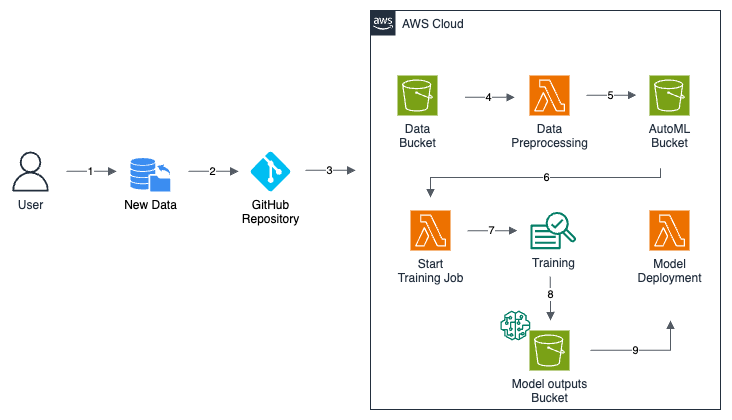
kwame-mintah/aws-automl-serverless-deployment keeps this draw.io diagram as docs/drawio/aws-automlops-deployment.png. Above is the earlier version. Source tidied: cells renumbered, new cells last; positions are measured from the earlier drawing's top-left corner, leaving out a move shared by most shapes.
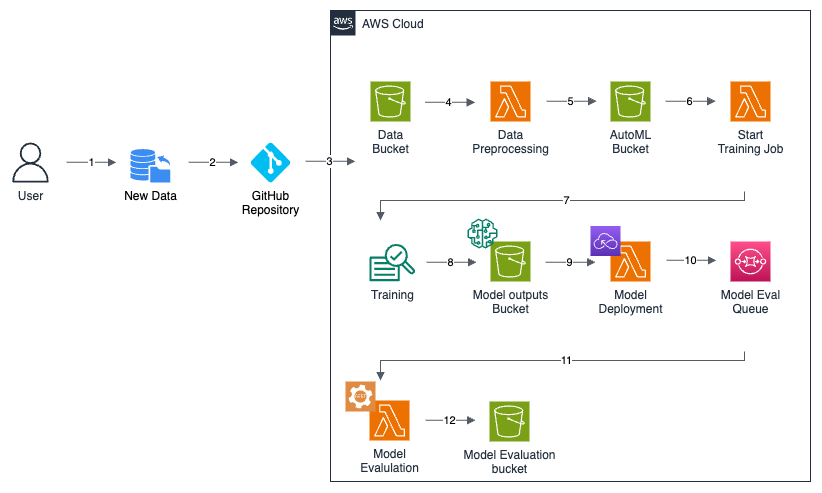
After the change.

Commit message:
docs(architecture): include modelEvaluation in architecture

provide more detail to how `modelEvaluation` will be used to invoke test data against serverless endpoint deployed with new model trained. update drawio diagram with new lambda function.

Change to the diagram source:
```diff
@@ -12,39 +12,39 @@
       <mxGeometry x="240" y="141" width="40" height="40" as="geometry" />
     </mxCell>
     <mxCell id="5" value="AWS Cloud" style="gradientColor=none;html=1;whiteSpace=wrap;fontSize=12;fontStyle=0;shape=mxgraph.aws4.group;grIcon=mxgraph.aws4.group_aws_cloud_alt;strokeColor=#232F3E;fillColor=none;verticalAlign=top;align=left;spacingLeft=30;fontColor=#232F3E;dashed=0;" parent="1" vertex="1">
-      <mxGeometry x="360" width="350" height="399" as="geometry" />
+      <mxGeometry x="320" y="9" width="480" height="471" as="geometry" />
     </mxCell>
     <mxCell id="6" value="Data&lt;br&gt;Bucket" style="sketch=0;fontColor=#232F3E;fillColor=#7AA116;strokeColor=#ffffff;dashed=0;verticalLabelPosition=bottom;verticalAlign=top;align=center;html=1;fontSize=12;fontStyle=0;shape=mxgraph.aws4.resourceIcon;resIcon=mxgraph.aws4.s3;" parent="5" vertex="1">
-      <mxGeometry x="27" y="65" width="40" height="40" as="geometry" />
+      <mxGeometry x="40" y="71" width="40" height="40" as="geometry" />
     </mxCell>
     <mxCell id="7" value="Data&lt;br&gt;Preprocessing" style="sketch=0;fontColor=#232F3E;fillColor=#ED7100;strokeColor=#ffffff;dashed=0;verticalLabelPosition=bottom;verticalAlign=top;align=center;html=1;fontSize=12;fontStyle=0;shape=mxgraph.aws4.resourceIcon;resIcon=mxgraph.aws4.lambda;" parent="5" vertex="1">
-      <mxGeometry x="159" y="65" width="40" height="40" as="geometry" />
+      <mxGeometry x="160" y="71" width="40" height="40" as="geometry" />
     </mxCell>
     <mxCell id="8" style="edgeStyle=orthogonalEdgeStyle;html=1;endArrow=block;elbow=vertical;startArrow=none;endFill=1;strokeColor=#545B64;rounded=0;" parent="5" edge="1">
       <mxGeometry relative="1" as="geometry">
-        <mxPoint x="94.5" y="86.8" as="sourcePoint" />
-        <mxPoint x="144.5" y="86.8" as="targetPoint" />
+        <mxPoint x="94.5" y="91.8" as="sourcePoint" />
+        <mxPoint x="144.5" y="91.8" as="targetPoint" />
       </mxGeometry>
     </mxCell>
     <mxCell id="9" value="4" style="edgeLabel;html=1;align=center;verticalAlign=middle;" parent="8" vertex="1">
       <mxGeometry x="-0.06" relative="1" as="geometry" />
     </mxCell>
     <mxCell id="10" value="AutoML&lt;br&gt;Bucket" style="sketch=0;fontColor=#232F3E;fillColor=#7AA116;strokeColor=#ffffff;dashed=0;verticalLabelPosition=bottom;verticalAlign=top;align=center;html=1;fontSize=12;fontStyle=0;shape=mxgraph.aws4.resourceIcon;resIcon=mxgraph.aws4.s3;" parent="5" vertex="1">
-      <mxGeometry x="279" y="65" width="40" height="40" as="geometry" />
+      <mxGeometry x="280" y="71" width="40" height="40" as="geometry" />
     </mxCell>
     <mxCell id="11" value="Start&lt;br&gt;Training Job" style="sketch=0;fontColor=#232F3E;fillColor=#ED7100;strokeColor=#ffffff;dashed=0;verticalLabelPosition=bottom;verticalAlign=top;align=center;html=1;fontSize=12;fontStyle=0;shape=mxgraph.aws4.resourceIcon;resIcon=mxgraph.aws4.lambda;" parent="5" vertex="1">
-      <mxGeometry x="40" y="200" width="40" height="40" as="geometry" />
+      <mxGeometry x="400" y="71" width="40" height="40" as="geometry" />
     </mxCell>
     <mxCell id="12" value="Training" style="sketch=0;fontColor=#232F3E;gradientColor=none;fillColor=#067F68;strokeColor=none;dashed=0;verticalLabelPosition=bottom;verticalAlign=top;align=center;html=1;fontSize=12;fontStyle=0;shape=mxgraph.aws4.sagemaker_train;" parent="5" vertex="1">
-      <mxGeometry x="159.9" y="201" width="45.6" height="38" as="geometry" />
+      <mxGeometry x="39" y="233" width="45.6" height="38" as="geometry" />
     </mxCell>
     <mxCell id="13" value="Model&lt;br&gt;Deployment" style="sketch=0;fontColor=#232F3E;fillColor=#ED7100;strokeColor=#ffffff;dashed=0;verticalLabelPosition=bottom;verticalAlign=top;align=center;html=1;fontSize=12;fontStyle=0;shape=mxgraph.aws4.resourceIcon;resIcon=mxgraph.aws4.lambda;" parent="5" vertex="1">
-      <mxGeometry x="279" y="200" width="40" height="40" as="geometry" />
+      <mxGeometry x="280" y="231" width="40" height="40" as="geometry" />
     </mxCell>
     <mxCell id="14" style="edgeStyle=orthogonalEdgeStyle;html=1;endArrow=block;elbow=vertical;startArrow=none;endFill=1;strokeColor=#545B64;rounded=0;" parent="5" edge="1">
       <mxGeometry relative="1" as="geometry">
-        <mxPoint x="216" y="84.7" as="sourcePoint" />
-        <mxPoint x="266" y="84.7" as="targetPoint" />
+        <mxPoint x="216" y="90.7" as="sourcePoint" />
+        <mxPoint x="266" y="90.7" as="targetPoint" />
       </mxGeometry>
     </mxCell>
     <mxCell id="15" value="5" style="edgeLabel;html=1;align=center;verticalAlign=middle;" parent="14" vertex="1">
@@ -52,58 +52,80 @@
     </mxCell>
     <mxCell id="16" style="edgeStyle=orthogonalEdgeStyle;html=1;endArrow=block;elbow=vertical;startArrow=none;endFill=1;strokeColor=#545B64;rounded=0;" parent="5" edge="1">
       <mxGeometry relative="1" as="geometry">
-        <mxPoint x="290" y="157.7" as="sourcePoint" />
-        <mxPoint x="60" y="187" as="targetPoint" />
+        <mxPoint x="414" y="181" as="sourcePoint" />
+        <mxPoint x="50" y="210" as="targetPoint" />
         <Array as="points">
-          <mxPoint x="290" y="167" />
-          <mxPoint x="60" y="167" />
+          <mxPoint x="414" y="190" />
+          <mxPoint x="50" y="190" />
+          <mxPoint x="50" y="210" />
         </Array>
       </mxGeometry>
     </mxCell>
-    <mxCell id="17" value="6" style="edgeLabel;html=1;align=center;verticalAlign=middle;" parent="16" vertex="1">
+    <mxCell id="17" value="7" style="edgeLabel;html=1;align=center;verticalAlign=middle;" parent="16" vertex="1">
       <mxGeometry x="-0.05" relative="1" as="geometry" />
     </mxCell>
     <mxCell id="18" style="edgeStyle=orthogonalEdgeStyle;html=1;endArrow=block;elbow=vertical;startArrow=none;endFill=1;strokeColor=#545B64;rounded=0;" parent="5" edge="1">
       <mxGeometry relative="1" as="geometry">
-        <mxPoint x="97" y="220.2" as="sourcePoint" />
-        <mxPoint x="147" y="220.2" as="targetPoint" />
+        <mxPoint x="96" y="251.8" as="sourcePoint" />
+        <mxPoint x="146" y="251.8" as="targetPoint" />
       </mxGeometry>
     </mxCell>
-    <mxCell id="19" value="7" style="edgeLabel;html=1;align=center;verticalAlign=middle;" parent="18" vertex="1">
+    <mxCell id="19" value="8" style="edgeLabel;html=1;align=center;verticalAlign=middle;" parent="18" vertex="1">
       <mxGeometry x="-0.06" relative="1" as="geometry" />
     </mxCell>
-    <mxCell id="20" style="edgeStyle=orthogonalEdgeStyle;html=1;endArrow=block;elbow=vertical;startArrow=none;endFill=1;strokeColor=#545B64;rounded=0;" parent="5" edge="1">
-      <mxGeometry relative="1" as="geometry">
-        <mxPoint x="179.8" y="266" as="sourcePoint" />
-        <mxPoint x="180" y="310" as="targetPoint" />
-        <Array as="points">
-          <mxPoint x="179.8" y="266" />
-        </Array>
-      </mxGeometry>
-    </mxCell>
-    <mxCell id="21" value="8" style="edgeLabel;html=1;align=center;verticalAlign=middle;" parent="20" vertex="1">
-      <mxGeometry x="-0.17" relative="1" as="geometry" />
-    </mxCell>
-    <mxCell id="22" style="edgeStyle=orthogonalEdgeStyle;html=1;endArrow=block;elbow=vertical;startArrow=none;endFill=1;strokeColor=#545B64;rounded=0;" parent="5" edge="1">
-      <mxGeometry relative="1" as="geometry">
-        <mxPoint x="220" y="339.8" as="sourcePoint" />
-        <mxPoint x="300" y="310" as="targetPoint" />
-        <Array as="points">
-          <mxPoint x="300" y="340" />
-        </Array>
-      </mxGeometry>
-    </mxCell>
-    <mxCell id="23" value="9" style="edgeLabel;html=1;align=center;verticalAlign=middle;" parent="22" vertex="1">
-      <mxGeometry x="-0.17" relative="1" as="geometry">
-        <mxPoint x="-1" as="offset" />
-      </mxGeometry>
-    </mxCell>
     <mxCell id="24" value="Model outputs&lt;br&gt;Bucket" style="sketch=0;fontColor=#232F3E;fillColor=#7AA116;strokeColor=#ffffff;dashed=0;verticalLabelPosition=bottom;verticalAlign=top;align=center;html=1;fontSize=12;fontStyle=0;shape=mxgraph.aws4.resourceIcon;resIcon=mxgraph.aws4.s3;" parent="5" vertex="1">
-      <mxGeometry x="159" y="320" width="40" height="40" as="geometry" />
+      <mxGeometry x="160" y="231" width="40" height="40" as="geometry" />
     </mxCell>
     <mxCell id="25" style="sketch=0;fontColor=#232F3E;gradientColor=none;fillColor=#067F68;strokeColor=none;dashed=0;verticalLabelPosition=bottom;verticalAlign=top;align=center;html=1;fontSize=12;fontStyle=0;shape=mxgraph.aws4.sagemaker_model;" parent="5" vertex="1">
-      <mxGeometry x="129.9" y="300" width="30" height="30" as="geometry" />
+      <mxGeometry x="137" y="208" width="30" height="30" as="geometry" />
     </mxCell>
+    <mxCell id="32" style="sketch=0;fontColor=#232F3E;gradientColor=#945DF2;gradientDirection=north;fillColor=#5A30B5;strokeColor=#ffffff;dashed=0;verticalLabelPosition=bottom;verticalAlign=top;align=center;html=1;fontSize=12;fontStyle=0;shape=mxgraph.aws4.resourceIcon;resIcon=mxgraph.aws4.serverless;" parent="5" vertex="1">
+      <mxGeometry x="260" y="215.5" width="30" height="30" as="geometry" />
+    </mxCell>
+    <mxCell id="33" value="Model Eval&lt;br&gt;Queue" style="sketch=0;fontColor=#232F3E;gradientColor=#FF4F8B;gradientDirection=north;fillColor=#BC1356;strokeColor=#ffffff;dashed=0;verticalLabelPosition=bottom;verticalAlign=top;align=center;html=1;fontSize=12;fontStyle=0;shape=mxgraph.aws4.resourceIcon;resIcon=mxgraph.aws4.sqs;" parent="5" vertex="1">
+      <mxGeometry x="400" y="231" width="40" height="40" as="geometry" />
+    </mxCell>
+    <mxCell id="34" style="edgeStyle=orthogonalEdgeStyle;html=1;endArrow=block;elbow=vertical;startArrow=none;endFill=1;strokeColor=#545B64;rounded=0;" parent="5" edge="1">
+      <mxGeometry relative="1" as="geometry">
+        <mxPoint x="336" y="249.8" as="sourcePoint" />
+        <mxPoint x="386" y="249.8" as="targetPoint" />
+      </mxGeometry>
+    </mxCell>
+    <mxCell id="35" value="10" style="edgeLabel;html=1;align=center;verticalAlign=middle;" parent="34" vertex="1">
+      <mxGeometry x="-0.06" relative="1" as="geometry" />
+    </mxCell>
+    <mxCell id="36" style="edgeStyle=orthogonalEdgeStyle;html=1;endArrow=block;elbow=vertical;startArrow=none;endFill=1;strokeColor=#545B64;rounded=0;" parent="5" edge="1">
+      <mxGeometry relative="1" as="geometry">
+        <mxPoint x="414" y="341" as="sourcePoint" />
+        <mxPoint x="50" y="370" as="targetPoint" />
+        <Array as="points">
+          <mxPoint x="414" y="350" />
+          <mxPoint x="50" y="350" />
+          <mxPoint x="50" y="370" />
+        </Array>
+      </mxGeometry>
+    </mxCell>
+    <mxCell id="37" value="11" style="edgeLabel;html=1;align=center;verticalAlign=middle;" parent="36" vertex="1">
+      <mxGeometry x="-0.05" relative="1" as="geometry" />
+    </mxCell>
+    <mxCell id="38" value="Model&lt;br&gt;Evalulation" style="sketch=0;fontColor=#232F3E;fillColor=#ED7100;strokeColor=#ffffff;dashed=0;verticalLabelPosition=bottom;verticalAlign=top;align=center;html=1;fontSize=12;fontStyle=0;shape=mxgraph.aws4.resourceIcon;resIcon=mxgraph.aws4.lambda;" parent="5" vertex="1">
+      <mxGeometry x="39" y="390" width="40" height="40" as="geometry" />
+    </mxCell>
+    <mxCell id="39" style="sketch=0;shadow=0;dashed=0;html=1;strokeColor=none;fillColor=#DF8C42;labelPosition=center;verticalLabelPosition=bottom;verticalAlign=top;align=center;shape=mxgraph.veeam2.restful_api;" parent="5" vertex="1">
+      <mxGeometry x="15" y="371" width="30" height="30" as="geometry" />
+    </mxCell>
+    <mxCell id="40" style="edgeStyle=orthogonalEdgeStyle;html=1;endArrow=block;elbow=vertical;startArrow=none;endFill=1;strokeColor=#545B64;rounded=0;" parent="5" edge="1">
+      <mxGeometry relative="1" as="geometry">
+        <mxPoint x="95" y="409.8" as="sourcePoint" />
+        <mxPoint x="145" y="409.8" as="targetPoint" />
+      </mxGeometry>
+    </mxCell>
+    <mxCell id="41" value="12" style="edgeLabel;html=1;align=center;verticalAlign=middle;" parent="40" vertex="1">
+      <mxGeometry x="-0.06" relative="1" as="geometry" />
+    </mxCell>
+    <mxCell id="42" value="Model Evaluation&lt;br&gt;bucket" style="sketch=0;fontColor=#232F3E;fillColor=#7AA116;strokeColor=#ffffff;dashed=0;verticalLabelPosition=bottom;verticalAlign=top;align=center;html=1;fontSize=12;fontStyle=0;shape=mxgraph.aws4.resourceIcon;resIcon=mxgraph.aws4.s3;" parent="5" vertex="1">
+      <mxGeometry x="159" y="391" width="40" height="40" as="geometry" />
+    </mxCell>
     <mxCell id="26" style="edgeStyle=orthogonalEdgeStyle;html=1;endArrow=block;elbow=vertical;startArrow=none;endFill=1;strokeColor=#545B64;rounded=0;" parent="1" edge="1">
       <mxGeometry relative="1" as="geometry">
         <mxPoint x="56" y="160.8" as="sourcePoint" />
@@ -131,5 +153,23 @@
     <mxCell id="31" value="3" style="edgeLabel;html=1;align=center;verticalAlign=middle;" parent="30" vertex="1">
       <mxGeometry x="-0.06" relative="1" as="geometry" />
     </mxCell>
+    <mxCell id="43" style="edgeStyle=orthogonalEdgeStyle;html=1;endArrow=block;elbow=vertical;startArrow=none;endFill=1;strokeColor=#545B64;rounded=0;" parent="1" edge="1">
+      <mxGeometry relative="1" as="geometry">
+        <mxPoint x="655" y="99.7" as="sourcePoint" />
+        <mxPoint x="705" y="99.7" as="targetPoint" />
+      </mxGeometry>
+    </mxCell>
+    <mxCell id="44" value="6" style="edgeLabel;html=1;align=center;verticalAlign=middle;" parent="43" vertex="1">
+      <mxGeometry x="-0.06" relative="1" as="geometry" />
+    </mxCell>
+    <mxCell id="45" style="edgeStyle=orthogonalEdgeStyle;html=1;endArrow=block;elbow=vertical;startArrow=none;endFill=1;strokeColor=#545B64;rounded=0;" parent="1" edge="1">
+      <mxGeometry relative="1" as="geometry">
+        <mxPoint x="535" y="260.8" as="sourcePoint" />
+        <mxPoint x="585" y="260.8" as="targetPoint" />
+      </mxGeometry>
+    </mxCell>
+    <mxCell id="23" value="9" style="edgeLabel;html=1;align=center;verticalAlign=middle;" parent="45" vertex="1">
+      <mxGeometry x="-0.06" relative="1" as="geometry" />
+    </mxCell>
   </root>
 </mxGraphModel>
```
